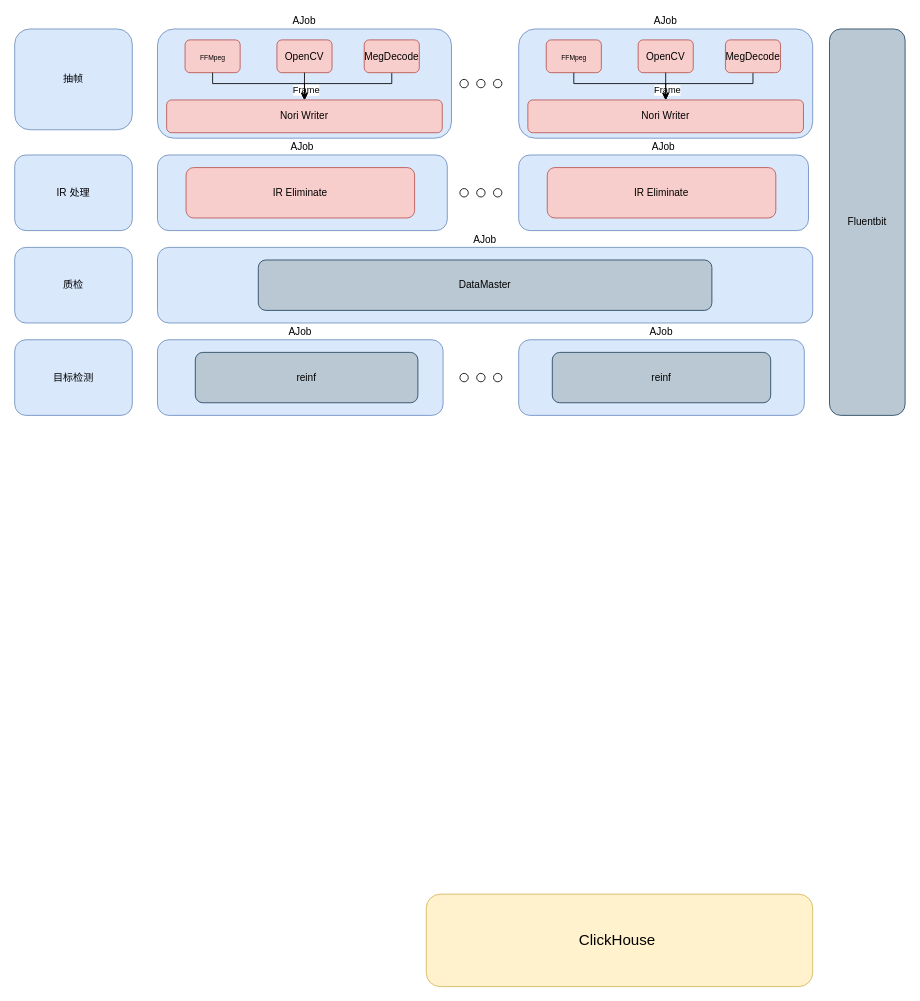
The draw.io diagram 数据清洗.drawio in zhongshangwu/draw.io, before the edit. Source tidied: cells renumbered, new cells numbered last; positions are measured from the earlier drawing's top-left corner, leaving out a move shared by most shapes. Both pictures are drawn from the tidied source at 84%, with x=0, y=0 at pixel (14, 29).
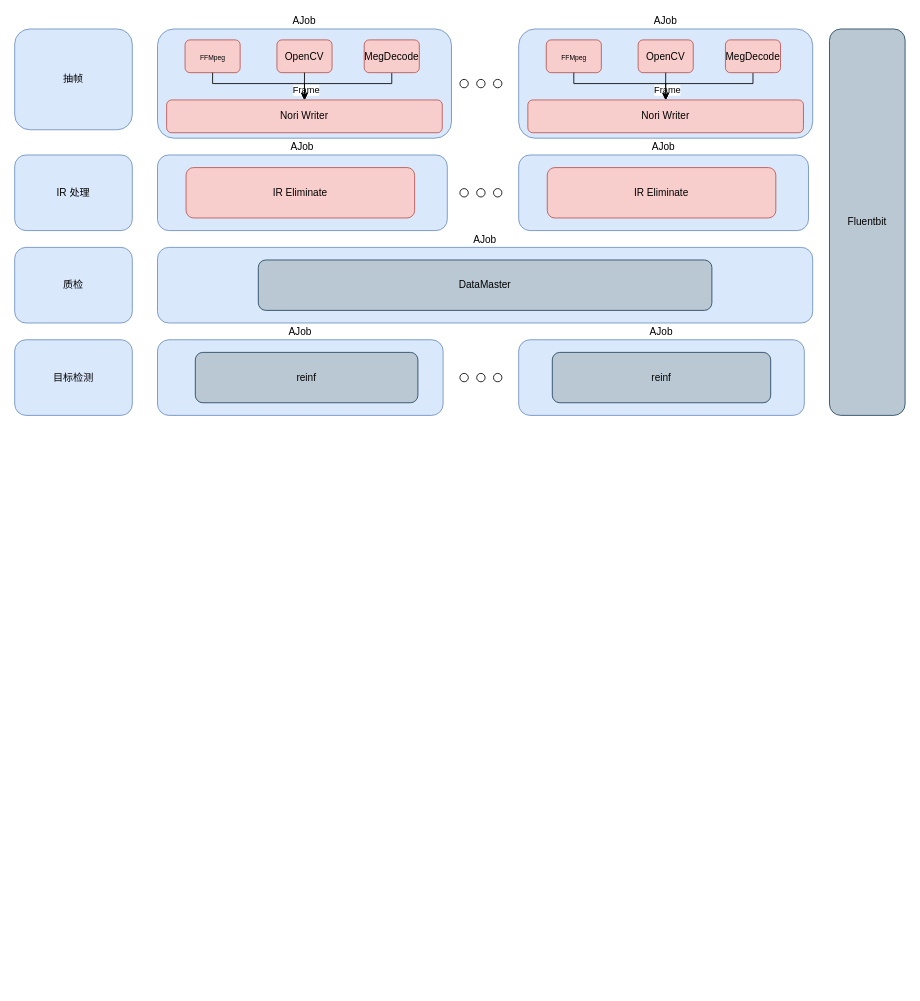
Above is the later version.

Commit message (it also covers changes not shown here):
更新数据清洗.drawio

The edit, as a diff of the source:
```diff
@@
-    <mxCell id="2" value="ClickHouse&amp;nbsp;" style="rounded=1;whiteSpace=wrap;html=1;fillColor=#fff2cc;strokeColor=#d6b656;fontSize=18;" parent="1" vertex="1">
-      <mxGeometry x="490" y="1030" width="460" height="110" as="geometry" />
-    </mxCell>
```
